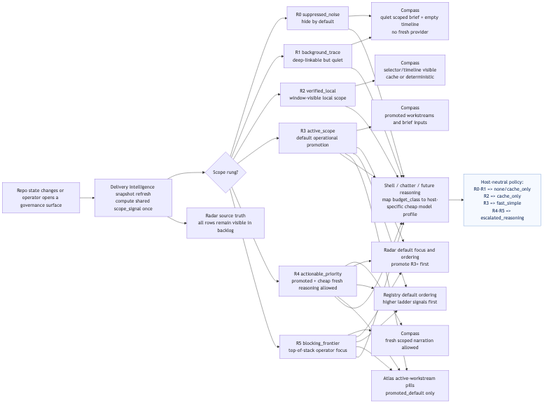
The Mermaid diagram odylith/atlas/source/odylith-governance-surface-focus-and-budget-gating-flow.png in odylith/odylith, before a commit. Its source is kept beside it as odylith/atlas/source/odylith-governance-surface-focus-and-budget-gating-flow.mmd. The source it was exported from:
```mermaid
flowchart LR
  Start["Repo state changes or operator opens a governance surface"]
  Delivery["Delivery Intelligence snapshot refresh<br/>compute shared scope_signal once"]
  Split{"Scope rung?"}

  R0["R0 suppressed_noise<br/>hide by default"]
  R1["R1 background_trace<br/>deep-linkable but quiet"]
  R2["R2 verified_local<br/>window-visible local scope"]
  R3["R3 active_scope<br/>default operational promotion"]
  R4["R4 actionable_priority<br/>promoted + cheap fresh reasoning allowed"]
  R5["R5 blocking_frontier<br/>top-of-stack operator focus"]

  CompassQuiet["Compass<br/>quiet scoped brief + empty timeline<br/>no fresh provider"]
  CompassVisible["Compass<br/>selector/timeline visible<br/>cache or deterministic"]
  CompassPromoted["Compass<br/>promoted workstreams and brief inputs"]
  CompassFresh["Compass<br/>fresh scoped narration allowed"]

  RadarAll["Radar source truth<br/>all rows remain visible in backlog"]
  RadarPromoted["Radar default focus and ordering<br/>promote R3+ first"]

  RegistryPromoted["Registry default ordering<br/>higher ladder signals first"]
  AtlasPromoted["Atlas active-workstream pills<br/>promoted_default only"]
  ShellBudget["Shell / chatter / future reasoning<br/>map budget_class to host-specific cheap model profile"]

  Start --> Delivery
  Delivery --> Split
  Split --> R0
  Split --> R1
  Split --> R2
  Split --> R3
  Split --> R4
  Split --> R5

  R0 --> CompassQuiet
  R1 --> CompassQuiet
  R2 --> CompassVisible
  R3 --> CompassPromoted
  R4 --> CompassFresh
  R5 --> CompassFresh

  Delivery --> RadarAll
  R3 --> RadarPromoted
  R4 --> RadarPromoted
  R5 --> RadarPromoted

  R3 --> RegistryPromoted
  R4 --> RegistryPromoted
  R5 --> RegistryPromoted

  R3 --> AtlasPromoted
  R4 --> AtlasPromoted
  R5 --> AtlasPromoted

  R0 --> ShellBudget
  R1 --> ShellBudget
  R2 --> ShellBudget
  R3 --> ShellBudget
  R4 --> ShellBudget
  R5 --> ShellBudget

  Note["Host-neutral policy:<br/>R0-R1 => none/cache_only<br/>R2 => cache_only<br/>R3 => fast_simple<br/>R4-R5 => escalated_reasoning"]:::note
  ShellBudget --> Note

  classDef note fill:#f5f9ff,stroke:#7aa0d6,color:#1f355f
```
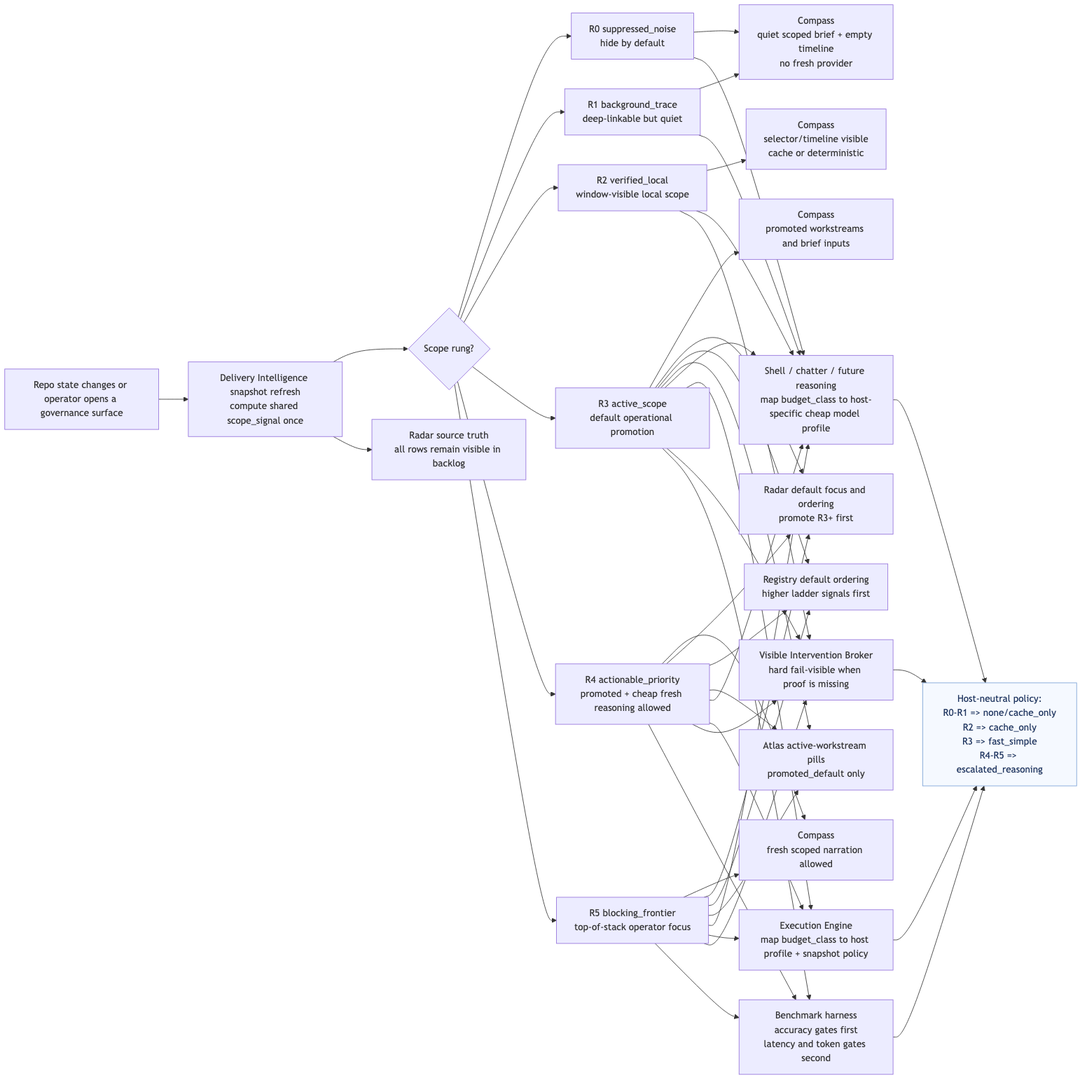
After the change.

The edit, as a diff of the source:
```diff
@@ -21,6 +21,9 @@
   RegistryPromoted["Registry default ordering<br/>higher ladder signals first"]
   AtlasPromoted["Atlas active-workstream pills<br/>promoted_default only"]
   ShellBudget["Shell / chatter / future reasoning<br/>map budget_class to host-specific cheap model profile"]
+  ExecutionProfile["Execution Engine<br/>map budget_class to host profile + snapshot policy"]
+  VisibilityBroker["Visible Intervention Broker<br/>hard fail-visible when proof is missing"]
+  BenchmarkBudget["Benchmark harness<br/>accuracy gates first<br/>latency and token gates second"]
 
   Start --> Delivery
   Delivery --> Split
@@ -57,8 +60,21 @@
   R3 --> ShellBudget
   R4 --> ShellBudget
   R5 --> ShellBudget
+  R3 --> ExecutionProfile
+  R4 --> ExecutionProfile
+  R5 --> ExecutionProfile
+  R2 --> VisibilityBroker
+  R3 --> VisibilityBroker
+  R4 --> VisibilityBroker
+  R5 --> VisibilityBroker
+  R3 --> BenchmarkBudget
+  R4 --> BenchmarkBudget
+  R5 --> BenchmarkBudget
 
   Note["Host-neutral policy:<br/>R0-R1 => none/cache_only<br/>R2 => cache_only<br/>R3 => fast_simple<br/>R4-R5 => escalated_reasoning"]:::note
   ShellBudget --> Note
+  ExecutionProfile --> Note
+  VisibilityBroker --> Note
+  BenchmarkBudget --> Note
 
   classDef note fill:#f5f9ff,stroke:#7aa0d6,color:#1f355f
```
